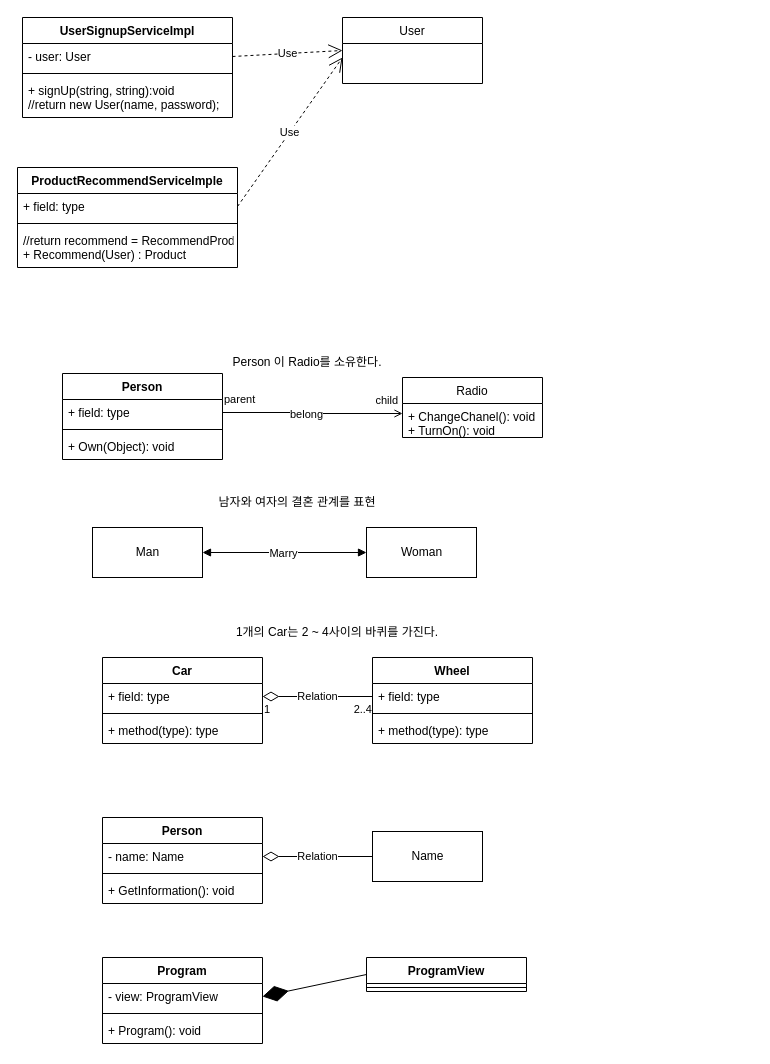
rjh211/Nomad-Coders-Study keeps this draw.io diagram as UML/FirstDiagram.drawio. Above is the earlier version. Source tidied: cells renumbered, new cells numbered last; positions are measured from the earlier drawing's top-left corner, leaving out a move shared by most shapes. Both pictures are drawn from the tidied source at 100%, with x=0, y=0 at pixel (17, 17).
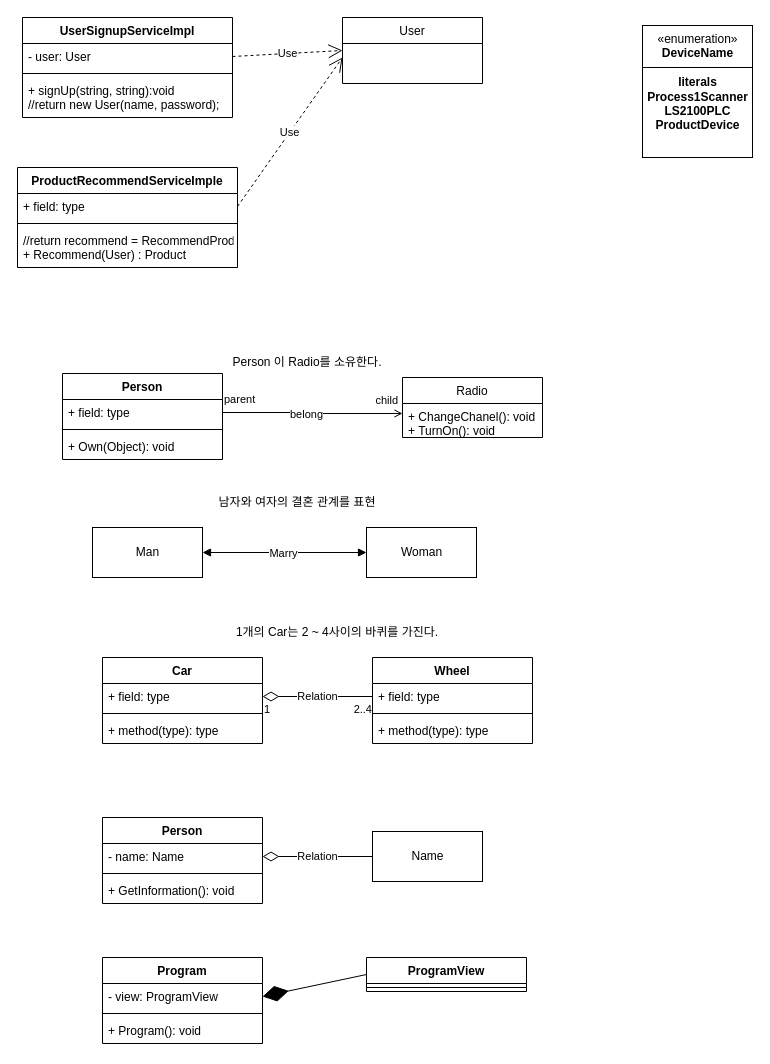
The same diagram, later.

Change to the diagram source:
```diff
@@
+    <mxCell id="54" value="«enumeration»&lt;br&gt;&lt;b&gt;DeviceName&lt;br&gt;&lt;br&gt;literals&lt;br&gt;Process1Scanner&lt;br&gt;LS2100PLC&lt;br&gt;ProductDevice&lt;br&gt;&lt;/b&gt;" style="html=1;verticalAlign=top;" parent="1" vertex="1">
+      <mxGeometry x="625" y="8" width="110" height="132" as="geometry" />
+    </mxCell>
+    <mxCell id="55" style="line;strokeWidth=1;fillColor=none;align=left;verticalAlign=middle;spacingTop=-1;spacingLeft=3;spacingRight=3;labelPosition=right;strokeColor=inherit;" parent="1" vertex="1">
+      <mxGeometry x="625" y="39" width="110" height="22" as="geometry" />
+    </mxCell>
```
